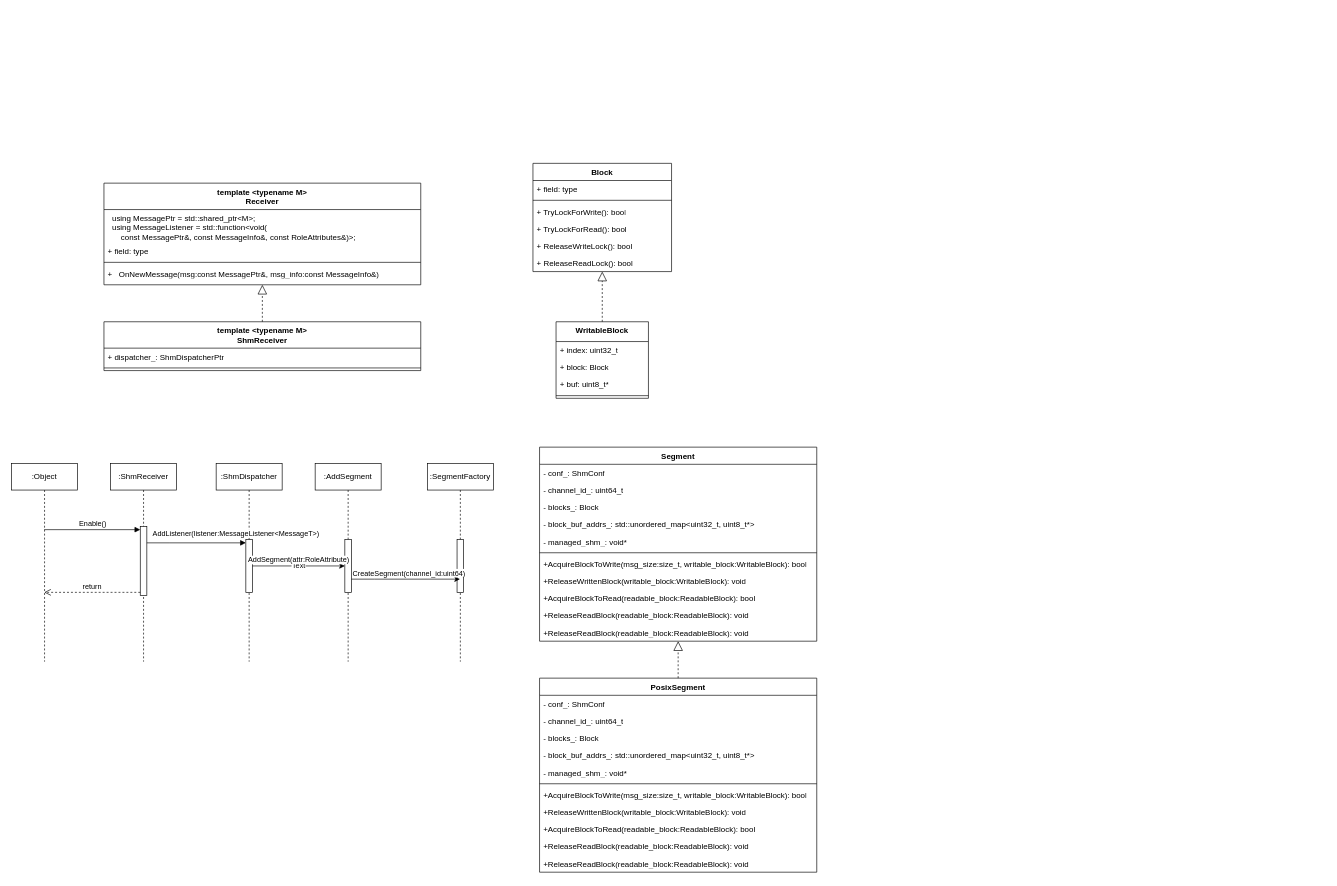
m1018/ChaoStudy keeps this draw.io diagram as cyber.drawio. Above is the earlier version. Source tidied: cells renumbered, new cells numbered last; positions are measured from the earlier drawing's top-left corner, leaving out a move shared by most shapes. Both pictures are drawn from the tidied source at 66%, with x=0, y=0 at pixel (11, 163).
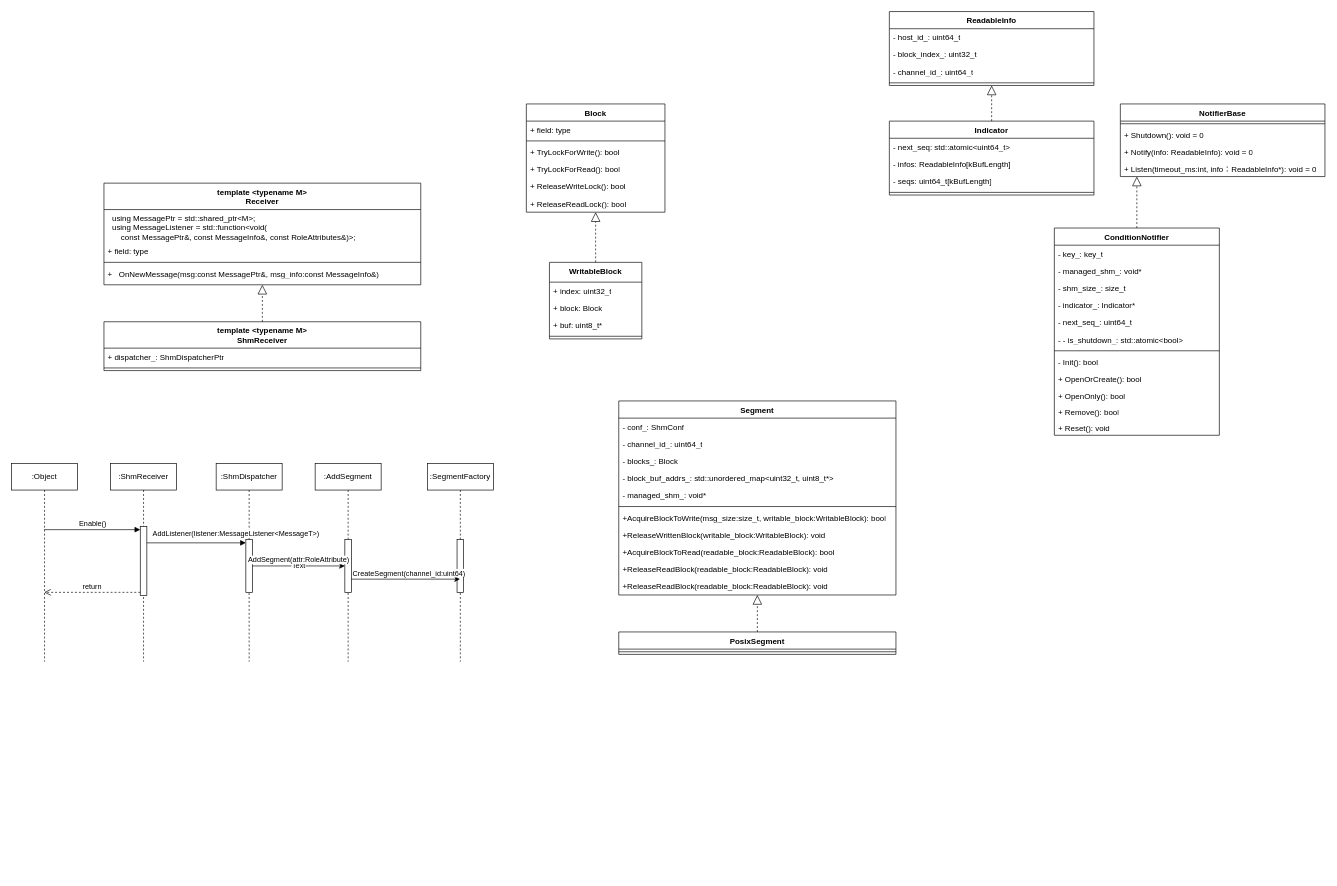
The same page after the edit.

Diff of the diagram source:
```diff
@@
     <mxCell id="19" value="WritableBlock" style="swimlane;fontStyle=1;align=center;verticalAlign=top;horizontal=1;startSize=30;whiteSpace=wrap;html=1;" parent="1" vertex="1">
-      <mxGeometry x="825" y="240" width="140" height="116" as="geometry" />
+      <mxGeometry x="815" y="150" width="140" height="116" as="geometry" />
     </mxCell>
@@
     <mxCell id="24" value="Block" style="swimlane;fontStyle=1;align=center;verticalAlign=top;horizontal=1;startSize=26;whiteSpace=wrap;html=1;" parent="1" vertex="1">
-      <mxGeometry x="790" width="210" height="164" as="geometry" />
+      <mxGeometry x="780" y="-90" width="210" height="164" as="geometry" />
     </mxCell>
@@
     <mxCell id="42" value="Segment" style="swimlane;fontStyle=1;align=center;verticalAlign=top;horizontal=1;startSize=26;whiteSpace=wrap;html=1;" parent="1" vertex="1">
-      <mxGeometry x="800" y="430" width="420" height="294" as="geometry" />
+      <mxGeometry x="920" y="360" width="420" height="294" as="geometry" />
     </mxCell>
@@
     <mxCell id="54" value="PosixSegment" style="swimlane;fontStyle=1;align=center;verticalAlign=top;horizontal=1;startSize=26;whiteSpace=wrap;html=1;" parent="1" vertex="1">
-      <mxGeometry x="800" y="780" width="420" height="294" as="geometry" />
+      <mxGeometry x="920" y="710" width="420" height="34" as="geometry" />
     </mxCell>
-    <mxCell id="55" value="- conf_: ShmConf" style="text;strokeColor=none;fillColor=none;align=left;verticalAlign=top;spacingLeft=4;spacingRight=4;overflow=hidden;whiteSpace=wrap;html=1;" parent="54" vertex="1">
-      <mxGeometry y="26" width="420" height="26" as="geometry" />
-    </mxCell>
+    <mxCell id="60" style="line;strokeWidth=1;fillColor=none;align=left;verticalAlign=middle;spacingTop=-1;spacingLeft=3;spacingRight=3;labelPosition=right;strokeColor=inherit;" parent="54" vertex="1">
+      <mxGeometry y="26" width="420" height="8" as="geometry" />
+    </mxCell>
+    <mxCell id="66" style="endArrow=block;dashed=1;endFill=0;endSize=12;html=1;rounded=0;edgeStyle=orthogonalEdgeStyle;" parent="1" edge="1" source="54" target="42">
+      <mxGeometry relative="1" as="geometry" />
+    </mxCell>
+    <mxCell id="67" value="NotifierBase" style="swimlane;fontStyle=1;align=center;verticalAlign=top;horizontal=1;startSize=26;whiteSpace=wrap;html=1;" parent="1" vertex="1">
+      <mxGeometry x="1680" y="-90" width="310" height="110" as="geometry" />
+    </mxCell>
+    <mxCell id="68" style="line;strokeWidth=1;fillColor=none;align=left;verticalAlign=middle;spacingTop=-1;spacingLeft=3;spacingRight=3;labelPosition=right;strokeColor=inherit;" parent="67" vertex="1">
+      <mxGeometry y="26" width="310" height="8" as="geometry" />
+    </mxCell>
+    <mxCell id="69" value="+ Shutdown(): void = 0" style="text;strokeColor=none;fillColor=none;align=left;verticalAlign=top;spacingLeft=4;spacingRight=4;overflow=hidden;whiteSpace=wrap;html=1;" parent="67" vertex="1">
+      <mxGeometry y="34" width="310" height="26" as="geometry" />
+    </mxCell>
+    <mxCell id="70" value="+ Notify(info: ReadableInfo): void = 0" style="text;strokeColor=none;fillColor=none;align=left;verticalAlign=top;spacingLeft=4;spacingRight=4;overflow=hidden;whiteSpace=wrap;html=1;" parent="67" vertex="1">
+      <mxGeometry y="60" width="310" height="26" as="geometry" />
+    </mxCell>
+    <mxCell id="71" value="+ Listen(timeout_ms:int, info：ReadableInfo*): void = 0" style="text;strokeColor=none;fillColor=none;align=left;verticalAlign=top;spacingLeft=4;spacingRight=4;overflow=hidden;whiteSpace=wrap;html=1;" parent="67" vertex="1">
+      <mxGeometry y="86" width="310" height="24" as="geometry" />
+    </mxCell>
+    <mxCell id="72" value="ConditionNotifier" style="swimlane;fontStyle=1;align=center;verticalAlign=top;horizontal=1;startSize=26;whiteSpace=wrap;html=1;" parent="1" vertex="1">
+      <mxGeometry x="1580" y="98" width="250" height="314" as="geometry" />
+    </mxCell>
+    <mxCell id="73" value="- key_: key_t" style="text;strokeColor=none;fillColor=none;align=left;verticalAlign=top;spacingLeft=4;spacingRight=4;overflow=hidden;whiteSpace=wrap;html=1;" parent="72" vertex="1">
+      <mxGeometry y="26" width="250" height="26" as="geometry" />
+    </mxCell>
+    <mxCell id="59" value="- managed_shm_: void*" style="text;strokeColor=none;fillColor=none;align=left;verticalAlign=top;spacingLeft=4;spacingRight=4;overflow=hidden;whiteSpace=wrap;html=1;" parent="72" vertex="1">
+      <mxGeometry y="52" width="250" height="26" as="geometry" />
+    </mxCell>
+    <mxCell id="74" value="- shm_size_:&amp;nbsp;size_t" style="text;strokeColor=none;fillColor=none;align=left;verticalAlign=top;spacingLeft=4;spacingRight=4;overflow=hidden;whiteSpace=wrap;html=1;" parent="72" vertex="1">
+      <mxGeometry y="78" width="250" height="26" as="geometry" />
+    </mxCell>
+    <mxCell id="75" value="- indicator_:&amp;nbsp;Indicator*" style="text;strokeColor=none;fillColor=none;align=left;verticalAlign=top;spacingLeft=4;spacingRight=4;overflow=hidden;whiteSpace=wrap;html=1;" parent="72" vertex="1">
+      <mxGeometry y="104" width="250" height="26" as="geometry" />
+    </mxCell>
+    <mxCell id="76" value="- next_seq_:&amp;nbsp;uint64_t" style="text;strokeColor=none;fillColor=none;align=left;verticalAlign=top;spacingLeft=4;spacingRight=4;overflow=hidden;whiteSpace=wrap;html=1;" parent="72" vertex="1">
+      <mxGeometry y="130" width="250" height="26" as="geometry" />
+    </mxCell>
+    <mxCell id="77" value="- - is_shutdown_:&amp;nbsp;std::atomic&amp;lt;bool&amp;gt;" style="text;strokeColor=none;fillColor=none;align=left;verticalAlign=top;spacingLeft=4;spacingRight=4;overflow=hidden;whiteSpace=wrap;html=1;" parent="72" vertex="1">
+      <mxGeometry y="156" width="250" height="26" as="geometry" />
+    </mxCell>
+    <mxCell id="78" style="line;strokeWidth=1;fillColor=none;align=left;verticalAlign=middle;spacingTop=-1;spacingLeft=3;spacingRight=3;labelPosition=right;strokeColor=inherit;" parent="72" vertex="1">
+      <mxGeometry y="182" width="250" height="8" as="geometry" />
+    </mxCell>
+    <mxCell id="79" value="- Init(): bool" style="text;strokeColor=none;fillColor=none;align=left;verticalAlign=top;spacingLeft=4;spacingRight=4;overflow=hidden;whiteSpace=wrap;html=1;" parent="72" vertex="1">
+      <mxGeometry y="190" width="250" height="26" as="geometry" />
+    </mxCell>
+    <mxCell id="80" value="+ OpenOrCreate(): bool" style="text;strokeColor=none;fillColor=none;align=left;verticalAlign=top;spacingLeft=4;spacingRight=4;overflow=hidden;whiteSpace=wrap;html=1;" parent="72" vertex="1">
+      <mxGeometry y="216" width="250" height="26" as="geometry" />
+    </mxCell>
+    <mxCell id="81" value="+ OpenOnly(): bool" style="text;strokeColor=none;fillColor=none;align=left;verticalAlign=top;spacingLeft=4;spacingRight=4;overflow=hidden;whiteSpace=wrap;html=1;" parent="72" vertex="1">
+      <mxGeometry y="242" width="250" height="24" as="geometry" />
+    </mxCell>
+    <mxCell id="82" value="+ Remove(): bool" style="text;strokeColor=none;fillColor=none;align=left;verticalAlign=top;spacingLeft=4;spacingRight=4;overflow=hidden;whiteSpace=wrap;html=1;" parent="72" vertex="1">
+      <mxGeometry y="266" width="250" height="24" as="geometry" />
+    </mxCell>
+    <mxCell id="83" value="+ Reset(): void" style="text;strokeColor=none;fillColor=none;align=left;verticalAlign=top;spacingLeft=4;spacingRight=4;overflow=hidden;whiteSpace=wrap;html=1;" parent="72" vertex="1">
+      <mxGeometry y="290" width="250" height="24" as="geometry" />
+    </mxCell>
+    <mxCell id="84" style="endArrow=block;dashed=1;endFill=0;endSize=12;html=1;rounded=0;edgeStyle=orthogonalEdgeStyle;" parent="1" edge="1" source="72" target="67">
+      <mxGeometry relative="1" as="geometry">
+        <Array as="points">
+          <mxPoint x="1710" y="100" />
+          <mxPoint x="1710" y="100" />
+        </Array>
+      </mxGeometry>
+    </mxCell>
+    <mxCell id="85" value="Indicator" style="swimlane;fontStyle=1;align=center;verticalAlign=top;horizontal=1;startSize=26;whiteSpace=wrap;html=1;" parent="1" vertex="1">
+      <mxGeometry x="1330" y="-64" width="310" height="112" as="geometry" />
+    </mxCell>
+    <mxCell id="86" value="- next_seq:&amp;nbsp;std::atomic&amp;lt;uint64_t&amp;gt;" style="text;strokeColor=none;fillColor=none;align=left;verticalAlign=top;spacingLeft=4;spacingRight=4;overflow=hidden;whiteSpace=wrap;html=1;" parent="85" vertex="1">
+      <mxGeometry y="26" width="310" height="26" as="geometry" />
+    </mxCell>
+    <mxCell id="87" value="- infos:&amp;nbsp;ReadableInfo[kBufLength]" style="text;strokeColor=none;fillColor=none;align=left;verticalAlign=top;spacingLeft=4;spacingRight=4;overflow=hidden;whiteSpace=wrap;html=1;" parent="85" vertex="1">
+      <mxGeometry y="52" width="310" height="26" as="geometry" />
+    </mxCell>
+    <mxCell id="88" value="- seqs:&amp;nbsp;uint64_t[kBufLength]" style="text;strokeColor=none;fillColor=none;align=left;verticalAlign=top;spacingLeft=4;spacingRight=4;overflow=hidden;whiteSpace=wrap;html=1;" parent="85" vertex="1">
+      <mxGeometry y="78" width="310" height="26" as="geometry" />
+    </mxCell>
+    <mxCell id="89" style="line;strokeWidth=1;fillColor=none;align=left;verticalAlign=middle;spacingTop=-1;spacingLeft=3;spacingRight=3;labelPosition=right;strokeColor=inherit;" parent="85" vertex="1">
+      <mxGeometry y="104" width="310" height="8" as="geometry" />
+    </mxCell>
+    <mxCell id="90" value="ReadableInfo" style="swimlane;fontStyle=1;align=center;verticalAlign=top;horizontal=1;startSize=26;whiteSpace=wrap;html=1;" parent="1" vertex="1">
+      <mxGeometry x="1330" y="-230" width="310" height="112" as="geometry" />
+    </mxCell>
+    <mxCell id="91" value="- host_id_:&amp;nbsp;uint64_t" style="text;strokeColor=none;fillColor=none;align=left;verticalAlign=top;spacingLeft=4;spacingRight=4;overflow=hidden;whiteSpace=wrap;html=1;" parent="90" vertex="1">
+      <mxGeometry y="26" width="310" height="26" as="geometry" />
+    </mxCell>
+    <mxCell id="92" value="- block_index_:&amp;nbsp;uint32_t" style="text;strokeColor=none;fillColor=none;align=left;verticalAlign=top;spacingLeft=4;spacingRight=4;overflow=hidden;whiteSpace=wrap;html=1;" parent="90" vertex="1">
+      <mxGeometry y="52" width="310" height="26" as="geometry" />
+    </mxCell>
-    <mxCell id="56" value="- channel_id_: uint64_t" style="text;strokeColor=none;fillColor=none;align=left;verticalAlign=top;spacingLeft=4;spacingRight=4;overflow=hidden;whiteSpace=wrap;html=1;" parent="54" vertex="1">
-      <mxGeometry y="52" width="420" height="26" as="geometry" />
+    <mxCell id="56" value="- channel_id_:&amp;nbsp;uint64_t" style="text;strokeColor=none;fillColor=none;align=left;verticalAlign=top;spacingLeft=4;spacingRight=4;overflow=hidden;whiteSpace=wrap;html=1;" parent="90" vertex="1">
+      <mxGeometry y="78" width="310" height="26" as="geometry" />
     </mxCell>
-    <mxCell id="57" value="- blocks_: Block" style="text;strokeColor=none;fillColor=none;align=left;verticalAlign=top;spacingLeft=4;spacingRight=4;overflow=hidden;whiteSpace=wrap;html=1;" parent="54" vertex="1">
-      <mxGeometry y="78" width="420" height="26" as="geometry" />
-    </mxCell>
-    <mxCell id="58" value="- block_buf_addrs_: std::unordered_map&amp;lt;uint32_t, uint8_t*&amp;gt;" style="text;strokeColor=none;fillColor=none;align=left;verticalAlign=top;spacingLeft=4;spacingRight=4;overflow=hidden;whiteSpace=wrap;html=1;" parent="54" vertex="1">
-      <mxGeometry y="104" width="420" height="26" as="geometry" />
-    </mxCell>
-    <mxCell id="59" value="- managed_shm_: void*" style="text;strokeColor=none;fillColor=none;align=left;verticalAlign=top;spacingLeft=4;spacingRight=4;overflow=hidden;whiteSpace=wrap;html=1;" parent="54" vertex="1">
-      <mxGeometry y="130" width="420" height="26" as="geometry" />
-    </mxCell>
-    <mxCell id="60" style="line;strokeWidth=1;fillColor=none;align=left;verticalAlign=middle;spacingTop=-1;spacingLeft=3;spacingRight=3;labelPosition=right;strokeColor=inherit;" parent="54" vertex="1">
-      <mxGeometry y="156" width="420" height="8" as="geometry" />
-    </mxCell>
-    <mxCell id="61" value="+AcquireBlockToWrite(msg_size:size_t, writable_block:WritableBlock):&amp;nbsp;bool" style="text;strokeColor=none;fillColor=none;align=left;verticalAlign=top;spacingLeft=4;spacingRight=4;overflow=hidden;whiteSpace=wrap;html=1;" parent="54" vertex="1">
-      <mxGeometry y="164" width="420" height="26" as="geometry" />
-    </mxCell>
-    <mxCell id="62" value="+ReleaseWrittenBlock(writable_block:WritableBlock): void" style="text;strokeColor=none;fillColor=none;align=left;verticalAlign=top;spacingLeft=4;spacingRight=4;overflow=hidden;whiteSpace=wrap;html=1;" parent="54" vertex="1">
-      <mxGeometry y="190" width="420" height="26" as="geometry" />
-    </mxCell>
-    <mxCell id="63" value="+AcquireBlockToRead(readable_block:ReadableBlock):&amp;nbsp;bool" style="text;strokeColor=none;fillColor=none;align=left;verticalAlign=top;spacingLeft=4;spacingRight=4;overflow=hidden;whiteSpace=wrap;html=1;" parent="54" vertex="1">
-      <mxGeometry y="216" width="420" height="26" as="geometry" />
-    </mxCell>
-    <mxCell id="64" value="+ReleaseReadBlock(readable_block:ReadableBlock): void" style="text;strokeColor=none;fillColor=none;align=left;verticalAlign=top;spacingLeft=4;spacingRight=4;overflow=hidden;whiteSpace=wrap;html=1;" parent="54" vertex="1">
-      <mxGeometry y="242" width="420" height="26" as="geometry" />
-    </mxCell>
-    <mxCell id="65" value="+ReleaseReadBlock(readable_block:ReadableBlock): void" style="text;strokeColor=none;fillColor=none;align=left;verticalAlign=top;spacingLeft=4;spacingRight=4;overflow=hidden;whiteSpace=wrap;html=1;" parent="54" vertex="1">
-      <mxGeometry y="268" width="420" height="26" as="geometry" />
-    </mxCell>
-    <mxCell id="66" style="endArrow=block;dashed=1;endFill=0;endSize=12;html=1;rounded=0;edgeStyle=orthogonalEdgeStyle;" parent="1" edge="1" source="54" target="42">
-      <mxGeometry relative="1" as="geometry" />
-    </mxCell>
+    <mxCell id="93" style="line;strokeWidth=1;fillColor=none;align=left;verticalAlign=middle;spacingTop=-1;spacingLeft=3;spacingRight=3;labelPosition=right;strokeColor=inherit;" parent="90" vertex="1">
+      <mxGeometry y="104" width="310" height="8" as="geometry" />
+    </mxCell>
+    <mxCell id="94" style="endArrow=block;dashed=1;endFill=0;endSize=12;html=1;rounded=0;edgeStyle=orthogonalEdgeStyle;" parent="1" edge="1" source="85" target="90">
+      <mxGeometry relative="1" as="geometry" />
+    </mxCell>
```
